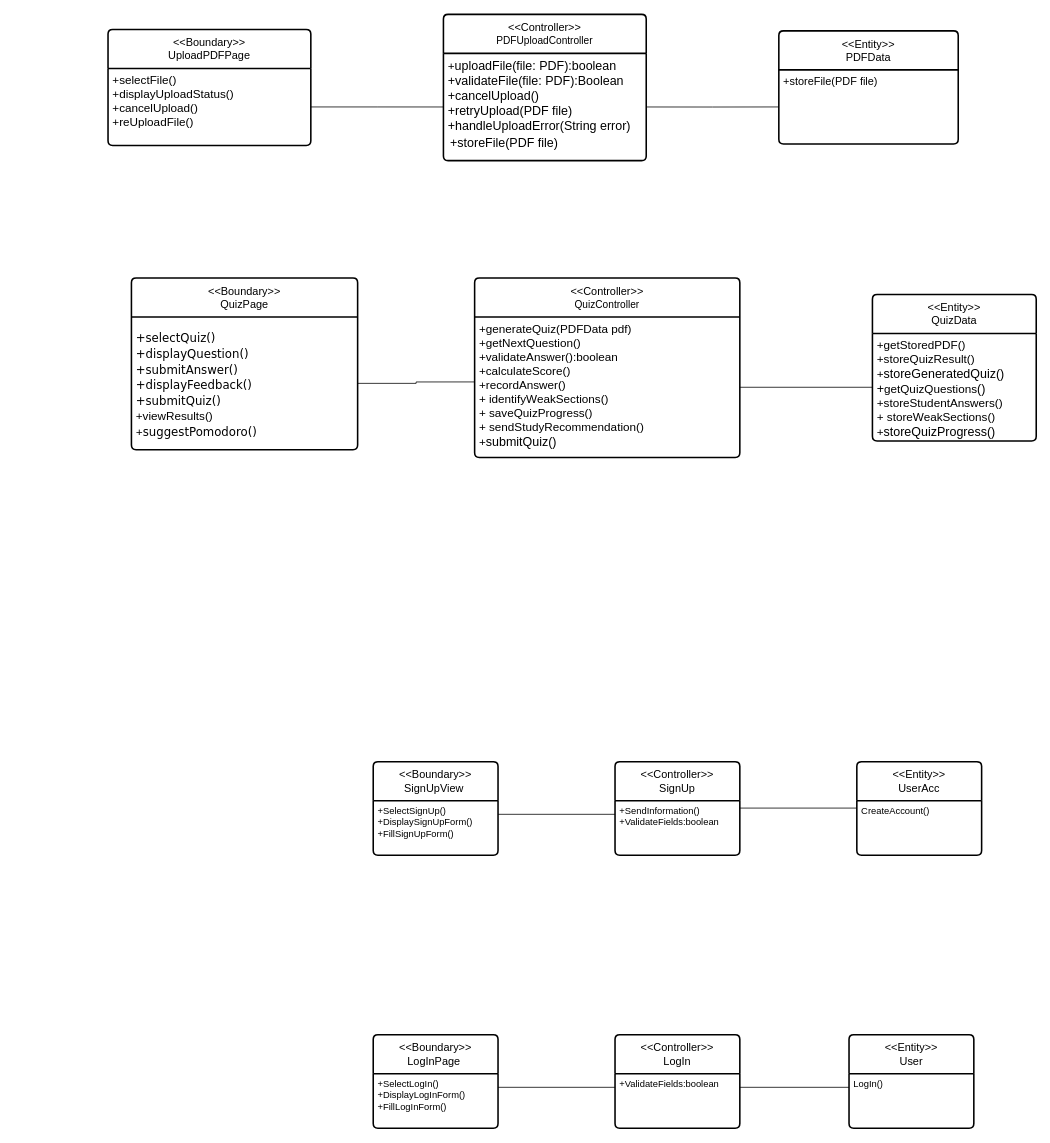
Before: analysis.drawio in RaghadQi1/ProFound, a draw.io diagram. Source tidied: cells renumbered, new cells numbered last; positions are measured from the earlier drawing's top-left corner, leaving out a move shared by most shapes. Both pictures are drawn from the tidied source at 78%, with x=0, y=0 at pixel (108, 14).
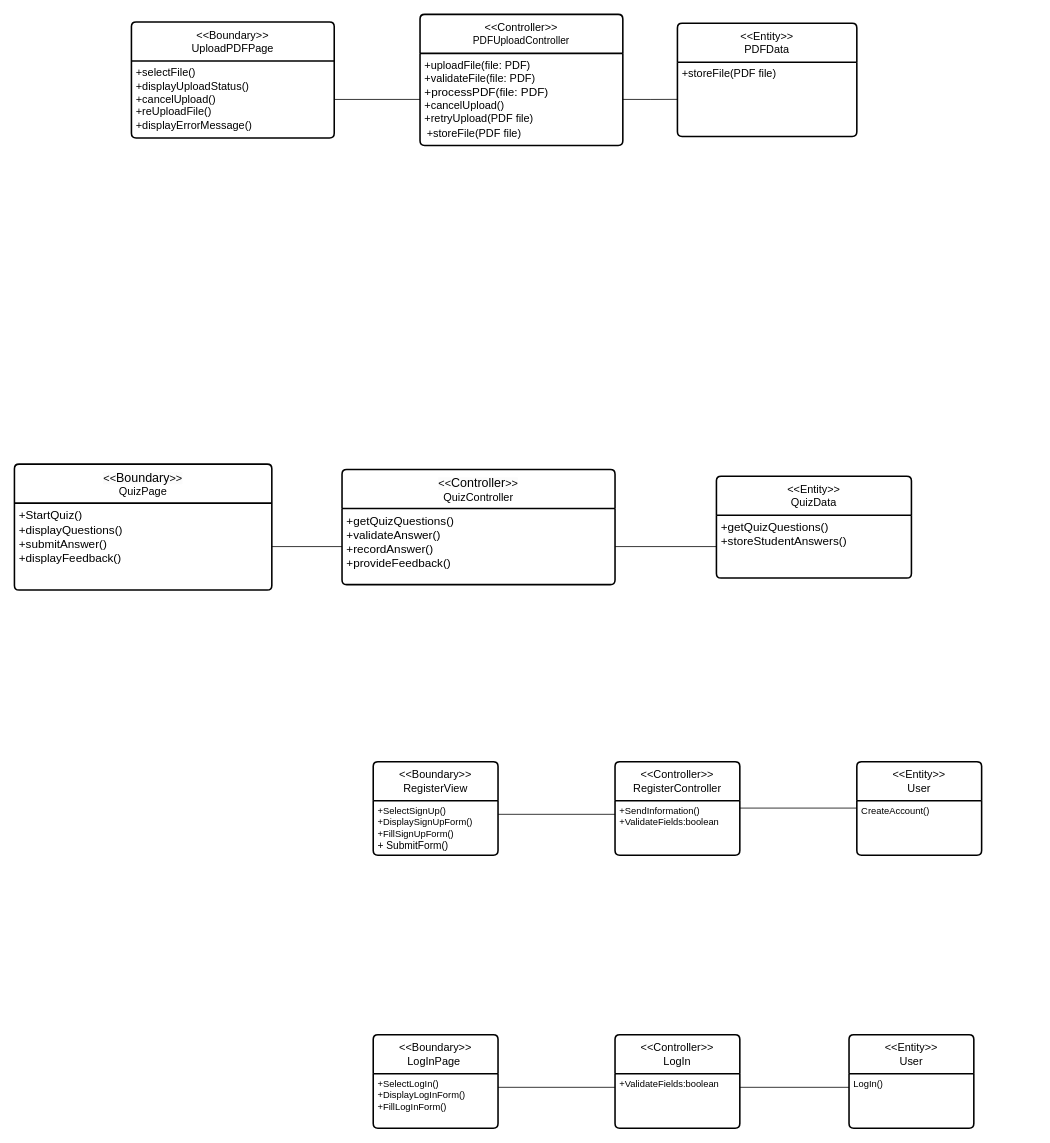
Above is the later version.

What changed in the source:
```diff
@@
     <mxCell id="2" value="&amp;lt;&amp;lt;Boundary&amp;gt;&amp;gt;&lt;div&gt;UploadPDFPage&lt;/div&gt;" style="swimlane;horizontal=1;startSize=50;rounded=1;fontSize=14;fontStyle=0;strokeWidth=2;shadow=0;align=center;arcSize=4;whiteSpace=wrap;html=1;" parent="1" vertex="1">
-      <mxGeometry y="19.2" width="260" height="148.8" as="geometry" />
+      <mxGeometry x="30" y="9.6" width="260" height="148.8" as="geometry" />
     </mxCell>
-    <mxCell id="3" value="&lt;font style=&quot;font-size: 15px;&quot;&gt;+selectFile()&lt;br&gt;+displayUploadStatus()&lt;br&gt;+cancelUpload()&lt;/font&gt;&lt;div&gt;&lt;font style=&quot;font-size: 15px;&quot;&gt;+reUploadFile()&lt;br&gt;&lt;/font&gt;&lt;/div&gt;&lt;div&gt;&lt;br&gt;&lt;/div&gt;&lt;div&gt;&lt;br&gt;&lt;/div&gt;&lt;div&gt;&lt;br&gt;&lt;/div&gt;&lt;div&gt;&lt;font style=&quot;font-size: 16px;&quot;&gt;&lt;code&gt;&lt;font face=&quot;Verdana&quot;&gt;&lt;br&gt;&lt;/font&gt;&lt;/code&gt;&lt;/font&gt;&lt;/div&gt;&lt;div&gt;&lt;font style=&quot;font-size: 16px;&quot;&gt;&lt;code&gt;&lt;br&gt;&lt;/code&gt;&lt;/font&gt;&lt;/div&gt;" style="align=left;strokeColor=none;fillColor=none;spacingLeft=4;spacingRight=4;fontSize=12;verticalAlign=top;html=1;whiteSpace=wrap;" parent="2" vertex="1">
+    <mxCell id="3" value="&lt;font style=&quot;font-size: 14px;&quot;&gt;+selectFile()&lt;br&gt;+displayUploadStatus()&lt;br&gt;+cancelUpload()&lt;/font&gt;&lt;div&gt;&lt;font style=&quot;font-size: 14px;&quot;&gt;+reUploadFile()&lt;br&gt;&lt;/font&gt;&lt;/div&gt;&lt;div&gt;&lt;font style=&quot;font-size: 14px;&quot;&gt;&lt;font&gt;+&lt;/font&gt;displayErrorMessage()&lt;/font&gt;&lt;/div&gt;&lt;div&gt;&lt;font style=&quot;font-size: 14px;&quot;&gt;&lt;br&gt;&lt;/font&gt;&lt;/div&gt;&lt;div&gt;&lt;font style=&quot;font-size: 14px;&quot;&gt;&lt;br&gt;&lt;/font&gt;&lt;/div&gt;&lt;div&gt;&lt;font style=&quot;font-size: 14px;&quot;&gt;&lt;br&gt;&lt;/font&gt;&lt;/div&gt;&lt;div&gt;&lt;font&gt;&lt;code&gt;&lt;font style=&quot;font-size: 14px;&quot; face=&quot;Verdana&quot;&gt;&lt;br&gt;&lt;/font&gt;&lt;/code&gt;&lt;/font&gt;&lt;/div&gt;&lt;div&gt;&lt;font style=&quot;font-size: 16px;&quot;&gt;&lt;code&gt;&lt;br&gt;&lt;/code&gt;&lt;/font&gt;&lt;/div&gt;" style="align=left;strokeColor=none;fillColor=none;spacingLeft=4;spacingRight=4;fontSize=12;verticalAlign=top;html=1;whiteSpace=wrap;" parent="2" vertex="1">
       <mxGeometry y="50" width="260" height="98.8" as="geometry" />
     </mxCell>
@@
     <mxCell id="7" value="&amp;lt;&amp;lt;Controller&amp;gt;&amp;gt;&lt;div&gt;&lt;span style=&quot;text-align: start;&quot;&gt;&lt;font style=&quot;font-size: 13px;&quot;&gt;PDFUploadController&lt;/font&gt;&lt;/span&gt;&lt;/div&gt;" style="swimlane;horizontal=1;startSize=50;rounded=1;fontSize=14;fontStyle=0;strokeWidth=2;shadow=0;dashed=0;align=center;arcSize=4;whiteSpace=wrap;html=1;" parent="1" vertex="1">
-      <mxGeometry x="430" y="-0.1" width="260" height="187.5" as="geometry" />
+      <mxGeometry x="400" y="-0.1" width="260" height="168.1" as="geometry" />
     </mxCell>
-    <mxCell id="8" value="&lt;font&gt;&lt;font&gt;&lt;span style=&quot;font-size: 15px;&quot;&gt;+&lt;/span&gt;&lt;font style=&quot;font-size: 16px;&quot;&gt;uploadFile(file: PDF):boolean&lt;/font&gt;&lt;/font&gt;&lt;font style=&quot;font-size: 16px;&quot;&gt;&lt;br&gt;&lt;font&gt;+validateFile(file: PDF):Boolean&lt;/font&gt;&lt;br&gt;&lt;/font&gt;&lt;/font&gt;&lt;div&gt;&lt;font style=&quot;font-size: 16px;&quot;&gt;+cancelUpload()&lt;/font&gt;&lt;/div&gt;&lt;div&gt;&lt;font style=&quot;font-size: 16px;&quot;&gt;+retryUpload(PDF file)&lt;/font&gt;&lt;/div&gt;&lt;div&gt;&lt;font style=&quot;font-size: 16px;&quot;&gt;+handleUploadError(String error)&lt;/font&gt;&lt;/div&gt;&lt;table&gt;&lt;tbody&gt;&lt;tr&gt;&lt;td&gt;&lt;code&gt;&lt;font style=&quot;font-size: 16px;&quot; face=&quot;Helvetica&quot;&gt;+storeFile(PDF file)&lt;/font&gt;&lt;/code&gt;&lt;/td&gt;&lt;/tr&gt;&lt;/tbody&gt;&lt;/table&gt;&lt;div&gt;&lt;div&gt;&lt;span style=&quot;font-size: medium;&quot;&gt;&lt;br&gt;&lt;/span&gt;&lt;/div&gt;&lt;/div&gt;" style="align=left;strokeColor=none;fillColor=none;spacingLeft=4;spacingRight=4;fontSize=12;verticalAlign=top;html=1;whiteSpace=wrap;" parent="7" vertex="1">
-      <mxGeometry y="50" width="260" height="137.5" as="geometry" />
+    <mxCell id="8" value="&lt;font style=&quot;font-size: 14px;&quot;&gt;&lt;font&gt;+&lt;font&gt;uploadFile(file: PDF)&lt;/font&gt;&lt;/font&gt;&lt;font&gt;&lt;br&gt;&lt;font&gt;+validateFile(file: PDF)&lt;/font&gt;&lt;/font&gt;&lt;/font&gt;&lt;div&gt;&lt;font&gt;&lt;font style=&quot;font-size: 15px;&quot;&gt;+processPDF(file: PDF)&lt;br&gt;&lt;/font&gt;&lt;/font&gt;&lt;div&gt;&lt;font style=&quot;font-size: 14px;&quot;&gt;+cancelUpload()&lt;/font&gt;&lt;/div&gt;&lt;div&gt;&lt;font style=&quot;font-size: 14px;&quot;&gt;+retryUpload(PDF file)&lt;/font&gt;&lt;/div&gt;&lt;div&gt;&lt;table&gt;&lt;tbody&gt;&lt;tr&gt;&lt;td&gt;&lt;code&gt;&lt;font style=&quot;font-size: 14px;&quot; face=&quot;Helvetica&quot;&gt;+storeFile(PDF file)&lt;/font&gt;&lt;/code&gt;&lt;/td&gt;&lt;/tr&gt;&lt;/tbody&gt;&lt;/table&gt;&lt;/div&gt;&lt;div&gt;&lt;div&gt;&lt;span style=&quot;font-size: medium;&quot;&gt;&lt;br&gt;&lt;/span&gt;&lt;/div&gt;&lt;/div&gt;&lt;/div&gt;" style="align=left;strokeColor=none;fillColor=none;spacingLeft=4;spacingRight=4;fontSize=12;verticalAlign=top;html=1;whiteSpace=wrap;" parent="7" vertex="1">
+      <mxGeometry y="50" width="260" height="118.1" as="geometry" />
     </mxCell>
     <mxCell id="9" value="&amp;lt;&amp;lt;Entity&amp;gt;&amp;gt;&lt;div&gt;&lt;span style=&quot;text-align: start;&quot;&gt;PDFData&lt;/span&gt;&lt;/div&gt;" style="swimlane;horizontal=1;startSize=50;rounded=1;fontSize=14;fontStyle=0;strokeWidth=2;shadow=0;dashed=0;align=center;arcSize=4;whiteSpace=wrap;html=1;" parent="1" vertex="1">
-      <mxGeometry x="860" y="21.1" width="230" height="145" as="geometry" />
+      <mxGeometry x="730" y="11.4" width="230" height="145" as="geometry" />
     </mxCell>
@@
-    <mxCell id="14" value="&amp;lt;&amp;lt;Boundary&amp;gt;&amp;gt;&lt;div&gt;QuizPage&lt;/div&gt;" style="swimlane;horizontal=1;startSize=50;rounded=1;fontSize=14;fontStyle=0;strokeWidth=2;shadow=0;dashed=0;align=center;arcSize=4;whiteSpace=wrap;html=1;" parent="1" vertex="1">
-      <mxGeometry x="30" y="338" width="290" height="220" as="geometry" />
-    </mxCell>
-    <mxCell id="15" value="&lt;pre&gt;&lt;font style=&quot;font-size: 15px;&quot;&gt;&lt;font face=&quot;Verdana&quot;&gt;+selectQuiz()&lt;br&gt;&lt;/font&gt;&lt;font face=&quot;Verdana&quot;&gt;+displayQuestion()&lt;br&gt;&lt;/font&gt;&lt;font face=&quot;Verdana&quot;&gt;&lt;font&gt;+submitAnswer()&lt;br&gt;&lt;/font&gt;&lt;/font&gt;&lt;font face=&quot;Verdana&quot;&gt;&lt;font&gt;+displayFeedback()&lt;br&gt;&lt;/font&gt;&lt;/font&gt;&lt;font face=&quot;Verdana&quot;&gt;&lt;font&gt;+submitQuiz()&lt;br&gt;&lt;/font&gt;&lt;/font&gt;&lt;code&gt;&lt;font face=&quot;Helvetica&quot;&gt;+viewResults()&lt;/font&gt;&lt;font face=&quot;Verdana&quot;&gt;&lt;br&gt;&lt;/font&gt;&lt;/code&gt;&lt;font face=&quot;Verdana&quot;&gt;&lt;code&gt;+&lt;/code&gt;suggestPomodoro()&lt;/font&gt;&lt;/font&gt;&lt;/pre&gt;&lt;div&gt;&lt;div&gt;&lt;div&gt;&lt;br&gt;&lt;/div&gt;&lt;/div&gt;&lt;/div&gt;" style="align=left;strokeColor=none;fillColor=none;spacingLeft=4;spacingRight=4;fontSize=12;verticalAlign=top;html=1;whiteSpace=wrap;" parent="14" vertex="1">
-      <mxGeometry y="50" width="290" height="170" as="geometry" />
-    </mxCell>
-    <mxCell id="16" value="&amp;lt;&amp;lt;Controller&amp;gt;&amp;gt;&lt;div&gt;&lt;span style=&quot;text-align: start;&quot;&gt;&lt;font style=&quot;font-size: 13px;&quot;&gt;QuizController&lt;/font&gt;&lt;/span&gt;&lt;/div&gt;" style="swimlane;horizontal=1;startSize=50;rounded=1;fontSize=14;fontStyle=0;strokeWidth=2;shadow=0;dashed=0;align=center;arcSize=4;whiteSpace=wrap;html=1;" parent="1" vertex="1">
-      <mxGeometry x="470" y="338" width="340" height="230" as="geometry" />
+    <mxCell id="16" value="&lt;span style=&quot;caret-color: rgb(0, 0, 0); color: rgb(0, 0, 0); font-family: Helvetica; font-size: 14px; font-style: normal; font-variant-caps: normal; letter-spacing: normal; orphans: auto; text-align: center; text-indent: 0px; text-transform: none; white-space: normal; widows: auto; word-spacing: 0px; -webkit-text-stroke-width: 0px; text-decoration: none; font-weight: 400; background-color: rgb(251, 251, 251); float: none; display: inline !important;&quot;&gt;&amp;lt;&amp;lt;&lt;span style=&quot;text-align: start; font-size: medium;&quot;&gt;Controller&lt;/span&gt;&amp;gt;&amp;gt;&lt;/span&gt;&lt;div style=&quot;caret-color: rgb(0, 0, 0); color: rgb(0, 0, 0); font-family: Helvetica; font-size: 14px; font-style: normal; font-variant-caps: normal; letter-spacing: normal; orphans: auto; text-align: center; text-indent: 0px; text-transform: none; white-space: normal; widows: auto; word-spacing: 0px; -webkit-text-stroke-width: 0px; text-decoration: none; font-weight: 400;&quot;&gt;&lt;span style=&quot;text-align: start;&quot;&gt;QuizController&lt;/span&gt;&lt;/div&gt;" style="swimlane;horizontal=1;startSize=50;rounded=1;fontSize=14;fontStyle=1;strokeWidth=2;shadow=0;dashed=0;align=center;arcSize=4;whiteSpace=wrap;html=1;" parent="1" vertex="1">
+      <mxGeometry x="300" y="583.5" width="350" height="147.5" as="geometry" />
     </mxCell>
-    <mxCell id="17" value="&lt;font style=&quot;font-size: 15px;&quot;&gt;+generateQuiz(PDFData pdf)&lt;/font&gt;&lt;div&gt;&lt;font style=&quot;font-size: 15px;&quot;&gt;+getNextQuestion()&lt;/font&gt;&lt;/div&gt;&lt;div&gt;&lt;font style=&quot;font-size: 15px;&quot;&gt;+validateAnswer():boolean&lt;/font&gt;&lt;/div&gt;&lt;div&gt;&lt;font style=&quot;font-size: 15px;&quot;&gt;+calculateScore()&lt;/font&gt;&lt;/div&gt;&lt;div&gt;&lt;font style=&quot;font-size: 15px;&quot;&gt;+recordAnswer()&lt;/font&gt;&lt;/div&gt;&lt;div&gt;&lt;font style=&quot;font-size: 15px;&quot;&gt;+ identifyWeakSections()&lt;/font&gt;&lt;/div&gt;&lt;div&gt;&lt;font style=&quot;font-size: 15px;&quot;&gt;+ saveQuizProgress()&lt;/font&gt;&lt;/div&gt;&lt;div&gt;&lt;font style=&quot;font-size: 15px;&quot;&gt;+ sendStudyRecommendation()&lt;/font&gt;&lt;/div&gt;&lt;div&gt;&lt;font style=&quot;font-size: 15px;&quot;&gt;+&lt;/font&gt;&lt;span style=&quot;font-size: medium;&quot;&gt;submitQuiz()&lt;/span&gt;&lt;/div&gt;" style="align=left;strokeColor=none;fillColor=none;spacingLeft=4;spacingRight=4;fontSize=12;verticalAlign=top;html=1;whiteSpace=wrap;" parent="16" vertex="1">
-      <mxGeometry y="50" width="340" height="180" as="geometry" />
+    <mxCell id="17" value="&lt;font style=&quot;font-size: 15px;&quot;&gt;+getQuizQuestions()&lt;br&gt;&lt;/font&gt;&lt;div&gt;&lt;font style=&quot;font-size: 15px;&quot;&gt;+validateAnswer()&lt;br&gt;&lt;/font&gt;&lt;/div&gt;&lt;div&gt;&lt;font style=&quot;font-size: 15px;&quot;&gt;+recordAnswer()&lt;br&gt;&lt;/font&gt;&lt;/div&gt;&lt;div&gt;&lt;font style=&quot;font-size: 15px;&quot;&gt;+provideFeedback()&lt;br&gt;&lt;/font&gt;&lt;/div&gt;&lt;div&gt;&lt;br&gt;&lt;/div&gt;&lt;div&gt;&lt;br&gt;&lt;/div&gt;" style="align=left;strokeColor=none;fillColor=none;spacingLeft=4;spacingRight=4;fontSize=12;verticalAlign=top;html=1;whiteSpace=wrap;" parent="16" vertex="1">
+      <mxGeometry y="50" width="350" height="97.5" as="geometry" />
     </mxCell>
-    <mxCell id="18" style="edgeStyle=orthogonalEdgeStyle;rounded=0;orthogonalLoop=1;jettySize=auto;html=1;exitX=0.5;exitY=1;exitDx=0;exitDy=0;" parent="16" edge="1" source="17" target="17">
-      <mxGeometry relative="1" as="geometry" />
+    <mxCell id="18" style="edgeStyle=orthogonalEdgeStyle;rounded=0;orthogonalLoop=1;jettySize=auto;html=1;exitX=0.5;exitY=1;exitDx=0;exitDy=0;" parent="16" edge="1">
+      <mxGeometry relative="1" as="geometry">
+        <mxPoint x="30" y="458.9" as="sourcePoint" />
+        <mxPoint x="30" y="458.9" as="targetPoint" />
+      </mxGeometry>
     </mxCell>
     <mxCell id="19" value="&amp;lt;&amp;lt;Entity&amp;gt;&amp;gt;&lt;div&gt;&lt;span style=&quot;text-align: start;&quot;&gt;QuizData&lt;/span&gt;&lt;/div&gt;" style="swimlane;horizontal=1;startSize=50;rounded=1;fontSize=14;fontStyle=0;strokeWidth=2;shadow=0;dashed=0;align=center;arcSize=4;whiteSpace=wrap;html=1;" parent="1" vertex="1">
-      <mxGeometry x="980" y="359.1" width="210" height="187.8" as="geometry" />
+      <mxGeometry x="780" y="592" width="250" height="130.6" as="geometry" />
     </mxCell>
-    <mxCell id="20" value="&lt;div&gt;&lt;font style=&quot;font-size: 15px;&quot;&gt;+getStoredPDF()&lt;/font&gt;&lt;/div&gt;&lt;div&gt;&lt;font style=&quot;font-size: 15px;&quot;&gt;+storeQuizResult()&lt;/font&gt;&lt;/div&gt;&lt;div&gt;&lt;font style=&quot;font-size: 15px;&quot;&gt;+&lt;/font&gt;&lt;font style=&quot;font-size: 16px;&quot;&gt;storeGeneratedQuiz()&lt;/font&gt;&lt;/div&gt;&lt;div&gt;&lt;font style=&quot;font-size: 16px;&quot;&gt;+&lt;/font&gt;&lt;font style=&quot;font-size: 15px;&quot;&gt;getQuizQuestions&lt;/font&gt;&lt;font style=&quot;font-size: 16px;&quot;&gt;()&lt;/font&gt;&lt;/div&gt;&lt;div&gt;&lt;font style=&quot;font-size: 15px;&quot;&gt;+storeStudentAnswers()&lt;/font&gt;&lt;/div&gt;&lt;div&gt;&lt;font style=&quot;font-size: 15px;&quot;&gt;+&amp;nbsp;&lt;font face=&quot;Helvetica&quot;&gt;storeWeakSections()&lt;/font&gt;&lt;/font&gt;&lt;/div&gt;&lt;div&gt;&lt;font style=&quot;font-size: 15px;&quot;&gt;&lt;font face=&quot;Helvetica&quot;&gt;+&lt;/font&gt;&lt;/font&gt;&lt;font style=&quot;font-size: 16px;&quot;&gt;storeQuizProgress()&lt;/font&gt;&lt;/div&gt;&lt;div&gt;&lt;br&gt;&lt;/div&gt;" style="align=left;strokeColor=none;fillColor=none;spacingLeft=4;spacingRight=4;fontSize=12;verticalAlign=top;html=1;whiteSpace=wrap;" parent="19" vertex="1">
-      <mxGeometry y="50" width="210" height="137.8" as="geometry" />
+    <mxCell id="20" value="&lt;div&gt;&lt;span style=&quot;font-size: 15px;&quot;&gt;+&lt;/span&gt;&lt;span style=&quot;font-size: 15px;&quot;&gt;getQuizQuestions()&lt;/span&gt;&lt;/div&gt;&lt;div&gt;&lt;span style=&quot;font-size: 15px;&quot;&gt;+storeStudentAnswers()&lt;/span&gt;&lt;/div&gt;&lt;div&gt;&lt;br&gt;&lt;/div&gt;" style="align=left;strokeColor=none;fillColor=none;spacingLeft=4;spacingRight=4;fontSize=12;verticalAlign=top;html=1;whiteSpace=wrap;" parent="19" vertex="1">
+      <mxGeometry y="50" width="250" height="80.6" as="geometry" />
     </mxCell>
-    <mxCell id="21" value="&amp;lt;&amp;lt;Boundary&amp;gt;&amp;gt;&lt;div&gt;SignUpView&amp;nbsp;&lt;/div&gt;" style="swimlane;horizontal=1;startSize=50;rounded=1;fontSize=14;fontStyle=0;strokeWidth=2;shadow=0;dashed=0;align=center;arcSize=4;whiteSpace=wrap;html=1;" parent="1" vertex="1">
+    <mxCell id="21" value="&amp;lt;&amp;lt;Boundary&amp;gt;&amp;gt;&lt;br&gt;&lt;div&gt;&lt;span style=&quot;text-align: start;&quot;&gt;RegisterView&lt;/span&gt;&lt;/div&gt;" style="swimlane;horizontal=1;startSize=50;rounded=1;fontSize=14;fontStyle=0;strokeWidth=2;shadow=0;dashed=0;align=center;arcSize=4;whiteSpace=wrap;html=1;" parent="1" vertex="1">
       <mxGeometry x="340" y="958" width="160" height="120" as="geometry" />
     </mxCell>
-    <mxCell id="22" value="+SelectSignUp()&lt;br&gt;+DisplaySignUpForm()&lt;br&gt;+FillSignUpForm()" style="align=left;strokeColor=none;fillColor=none;spacingLeft=4;spacingRight=4;fontSize=12;verticalAlign=top;html=1;whiteSpace=wrap;" parent="21" vertex="1">
+    <mxCell id="22" value="+SelectSignUp()&lt;br&gt;+DisplaySignUpForm()&lt;br&gt;+FillSignUpForm()&lt;div&gt;&lt;font style=&quot;font-size: 13px;&quot;&gt;+&lt;/font&gt;&lt;span style=&quot;font-size: 13px;&quot;&gt;&amp;nbsp;SubmitForm()&lt;/span&gt;&lt;br&gt;&lt;div&gt;&lt;br&gt;&lt;/div&gt;&lt;div&gt;&lt;span style=&quot;font-size: medium;&quot;&gt;&lt;br&gt;&lt;/span&gt;&lt;/div&gt;&lt;/div&gt;" style="align=left;strokeColor=none;fillColor=none;spacingLeft=4;spacingRight=4;fontSize=12;verticalAlign=top;html=1;whiteSpace=wrap;" parent="21" vertex="1">
       <mxGeometry y="50" width="160" height="70" as="geometry" />
     </mxCell>
-    <mxCell id="23" value="&amp;lt;&amp;lt;Controller&amp;gt;&amp;gt;&lt;div&gt;SignUp&lt;/div&gt;" style="swimlane;horizontal=1;startSize=50;rounded=1;fontSize=14;fontStyle=0;strokeWidth=2;shadow=0;dashed=0;align=center;arcSize=4;whiteSpace=wrap;html=1;" parent="1" vertex="1">
+    <mxCell id="23" value="&amp;lt;&amp;lt;Controller&amp;gt;&amp;gt;&lt;div&gt;RegisterController&lt;/div&gt;" style="swimlane;horizontal=1;startSize=50;rounded=1;fontSize=14;fontStyle=0;strokeWidth=2;shadow=0;dashed=0;align=center;arcSize=4;whiteSpace=wrap;html=1;" parent="1" vertex="1">
       <mxGeometry x="650" y="958" width="160" height="120" as="geometry" />
     </mxCell>
@@
-    <mxCell id="25" value="&amp;lt;&amp;lt;Entity&amp;gt;&amp;gt;&lt;div&gt;UserAcc&lt;/div&gt;" style="swimlane;horizontal=1;startSize=50;rounded=1;fontSize=14;fontStyle=0;strokeWidth=2;shadow=0;dashed=0;align=center;arcSize=4;whiteSpace=wrap;html=1;" parent="1" vertex="1">
+    <mxCell id="25" value="&amp;lt;&amp;lt;Entity&amp;gt;&amp;gt;&lt;div&gt;User&lt;/div&gt;" style="swimlane;horizontal=1;startSize=50;rounded=1;fontSize=14;fontStyle=0;strokeWidth=2;shadow=0;dashed=0;align=center;arcSize=4;whiteSpace=wrap;html=1;" parent="1" vertex="1">
       <mxGeometry x="960" y="958" width="160" height="120" as="geometry" />
     </mxCell>
@@
-    <mxCell id="38" style="edgeStyle=orthogonalEdgeStyle;rounded=0;jettySize=auto;html=1;exitX=1;exitY=0.5;exitDx=0;exitDy=0;entryX=0;entryY=0.462;entryDx=0;entryDy=0;entryPerimeter=0;endArrow=none;startFill=0;" parent="1" edge="1" source="15" target="17">
-      <mxGeometry relative="1" as="geometry" />
-    </mxCell>
+    <mxCell id="40" value="&lt;span style=&quot;caret-color: rgb(0, 0, 0); color: rgb(0, 0, 0); font-family: Helvetica; font-size: 14px; font-style: normal; font-variant-caps: normal; font-weight: 400; letter-spacing: normal; orphans: auto; text-align: center; text-indent: 0px; text-transform: none; white-space: normal; widows: auto; word-spacing: 0px; -webkit-text-stroke-width: 0px; background-color: rgb(251, 251, 251); text-decoration: none; display: inline !important; float: none;&quot;&gt;&amp;lt;&amp;lt;&lt;span style=&quot;text-align: start; font-size: medium;&quot;&gt;Boundary&lt;/span&gt;&amp;gt;&amp;gt;&lt;/span&gt;&lt;div style=&quot;caret-color: rgb(0, 0, 0); color: rgb(0, 0, 0); font-family: Helvetica; font-size: 14px; font-style: normal; font-variant-caps: normal; font-weight: 400; letter-spacing: normal; orphans: auto; text-align: center; text-indent: 0px; text-transform: none; white-space: normal; widows: auto; word-spacing: 0px; -webkit-text-stroke-width: 0px; text-decoration: none;&quot;&gt;&lt;span style=&quot;text-align: start;&quot;&gt;QuizPage&lt;/span&gt;&lt;/div&gt;" style="swimlane;horizontal=1;startSize=50;rounded=1;fontSize=14;fontStyle=1;strokeWidth=2;shadow=0;dashed=0;align=center;arcSize=4;whiteSpace=wrap;html=1;" parent="1" vertex="1">
+      <mxGeometry x="-120" y="576.5" width="330" height="161.5" as="geometry" />
+    </mxCell>
+    <mxCell id="41" value="&lt;font style=&quot;font-size: 15px;&quot;&gt;+StartQuiz()&lt;/font&gt;&lt;div&gt;&lt;span style=&quot;font-size: 15px;&quot;&gt;+displayQuestions()&lt;br&gt;&lt;/span&gt;&lt;div&gt;&lt;font style=&quot;font-size: 15px;&quot;&gt;+submitAnswer()&lt;/font&gt;&lt;/div&gt;&lt;div&gt;&lt;font style=&quot;font-size: 15px;&quot;&gt;+displayFeedback()&lt;br&gt;&lt;/font&gt;&lt;/div&gt;&lt;div&gt;&lt;br&gt;&lt;/div&gt;&lt;div&gt;&lt;br&gt;&lt;/div&gt;&lt;/div&gt;" style="align=left;strokeColor=none;fillColor=none;spacingLeft=4;spacingRight=4;fontSize=12;verticalAlign=top;html=1;whiteSpace=wrap;" parent="40" vertex="1">
+      <mxGeometry y="50" width="330" height="111.5" as="geometry" />
+    </mxCell>
+    <mxCell id="42" style="edgeStyle=orthogonalEdgeStyle;rounded=0;orthogonalLoop=1;jettySize=auto;html=1;exitX=0.5;exitY=1;exitDx=0;exitDy=0;" parent="40" edge="1">
+      <mxGeometry relative="1" as="geometry">
+        <mxPoint x="30" y="458.9" as="sourcePoint" />
+        <mxPoint x="30" y="458.9" as="targetPoint" />
+      </mxGeometry>
+    </mxCell>
+    <mxCell id="43" style="edgeStyle=orthogonalEdgeStyle;rounded=0;jettySize=auto;html=1;exitX=1;exitY=0.5;exitDx=0;exitDy=0;entryX=0;entryY=0.5;entryDx=0;entryDy=0;endArrow=none;startFill=0;" parent="1" edge="1" source="41" target="17">
+      <mxGeometry relative="1" as="geometry" />
+    </mxCell>
-    <mxCell id="39" style="edgeStyle=orthogonalEdgeStyle;rounded=0;jettySize=auto;html=1;exitX=1;exitY=0.5;exitDx=0;exitDy=0;entryX=0;entryY=0.5;entryDx=0;entryDy=0;endArrow=none;startFill=0;" parent="1" edge="1" source="17" target="20">
+    <mxCell id="39" style="edgeStyle=orthogonalEdgeStyle;rounded=0;jettySize=auto;html=1;exitX=1;exitY=0.5;exitDx=0;exitDy=0;endArrow=none;startFill=0;" parent="1" edge="1" source="17" target="20">
       <mxGeometry relative="1" as="geometry" />
     </mxCell>
```
